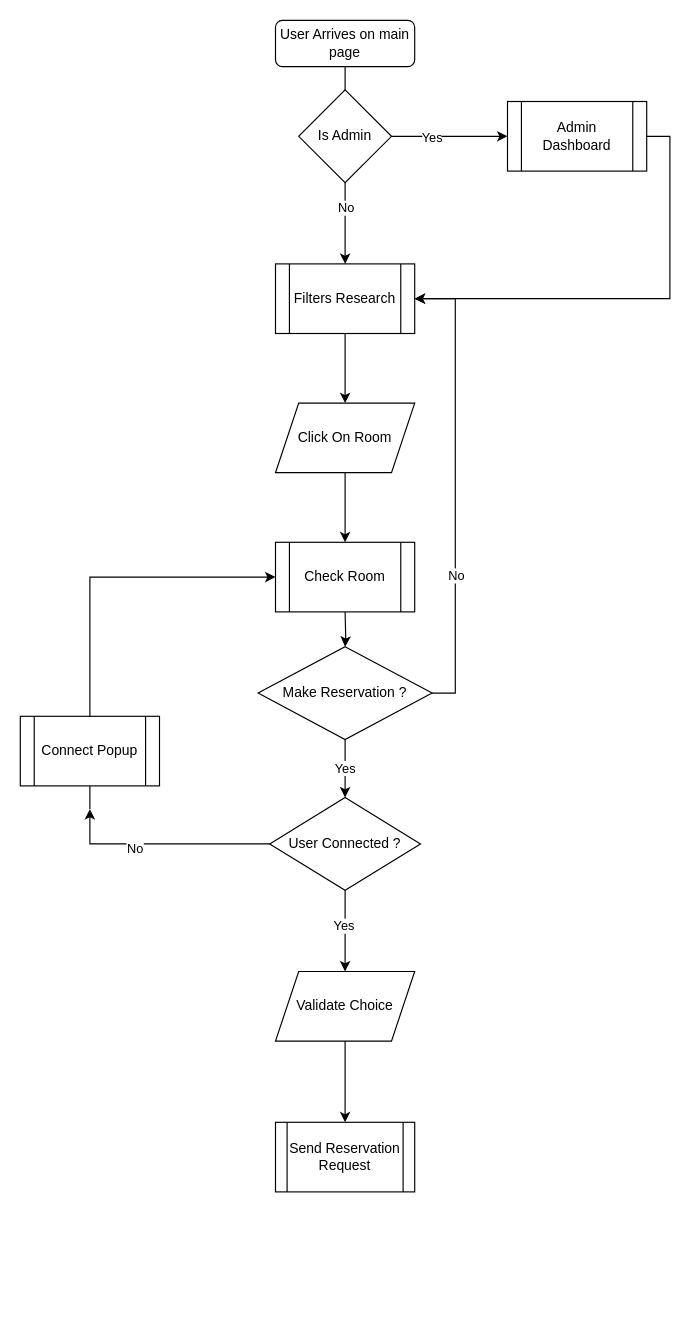
Earlier version of the draw.io diagram prodDocs/Algoritme/Main_Algo.drawio (Conchero/ecf-back). Source tidied: cells renumbered, new cells numbered last; positions are measured from the earlier drawing's top-left corner, leaving out a move shared by most shapes. Both pictures are drawn from the tidied source at 116%, with x=0, y=0 at pixel (20, 20).
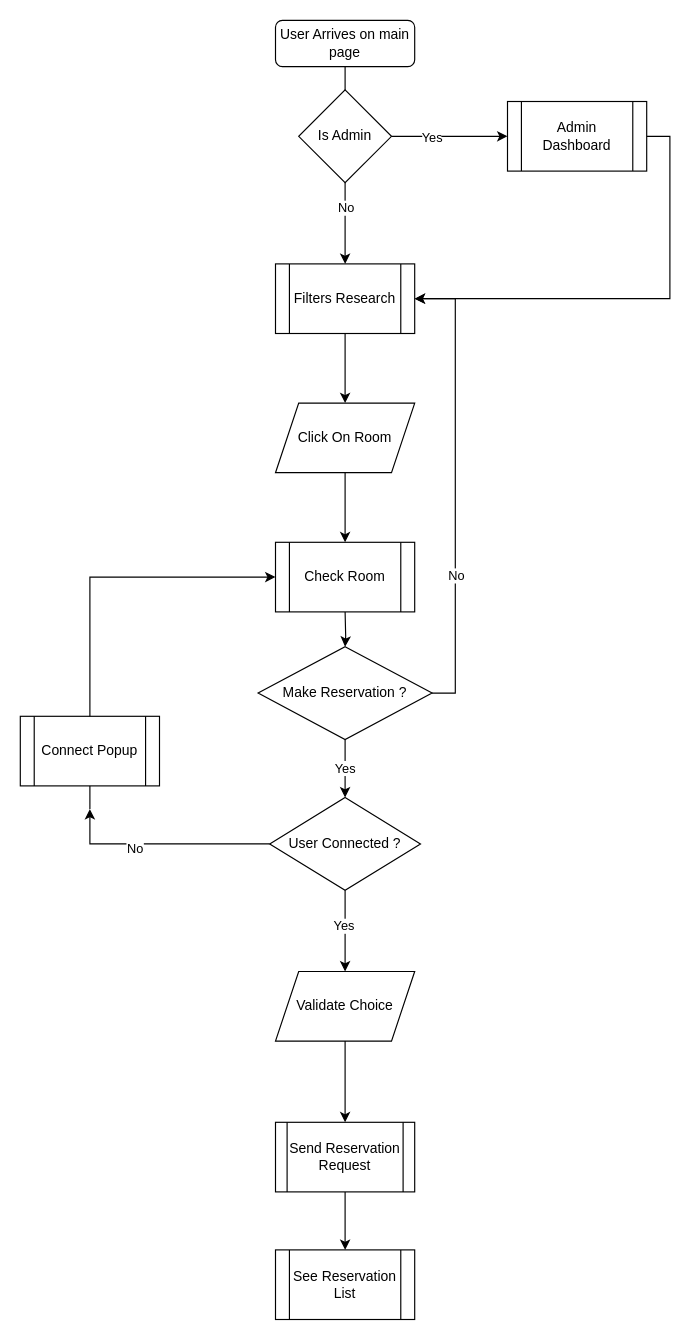
Above is the later version.

Commit message:
Mettre à jour Main_Algo.drawio

Unchanged cells that the change refers to:
```xml
<mxCell id="24" value="Send Reservation Request" style="shape=process;whiteSpace=wrap;html=1;backgroundOutline=1;size=0.08333333333333333;" parent="1" vertex="1">
  <mxGeometry x="220" y="950" width="120" height="60" as="geometry" />
</mxCell>
```

The edit, as a diff of the source:
```diff
@@
+    <mxCell id="31" style="edgeStyle=orthogonalEdgeStyle;rounded=0;jettySize=auto;html=1;" parent="1" edge="1" source="24" target="32">
+      <mxGeometry relative="1" as="geometry" />
+    </mxCell>
@@
+    <mxCell id="32" value="See Reservation List" style="shape=process;whiteSpace=wrap;html=1;backgroundOutline=1;" parent="1" vertex="1">
+      <mxGeometry x="220" y="1060" width="120" height="60" as="geometry" />
+    </mxCell>
```
